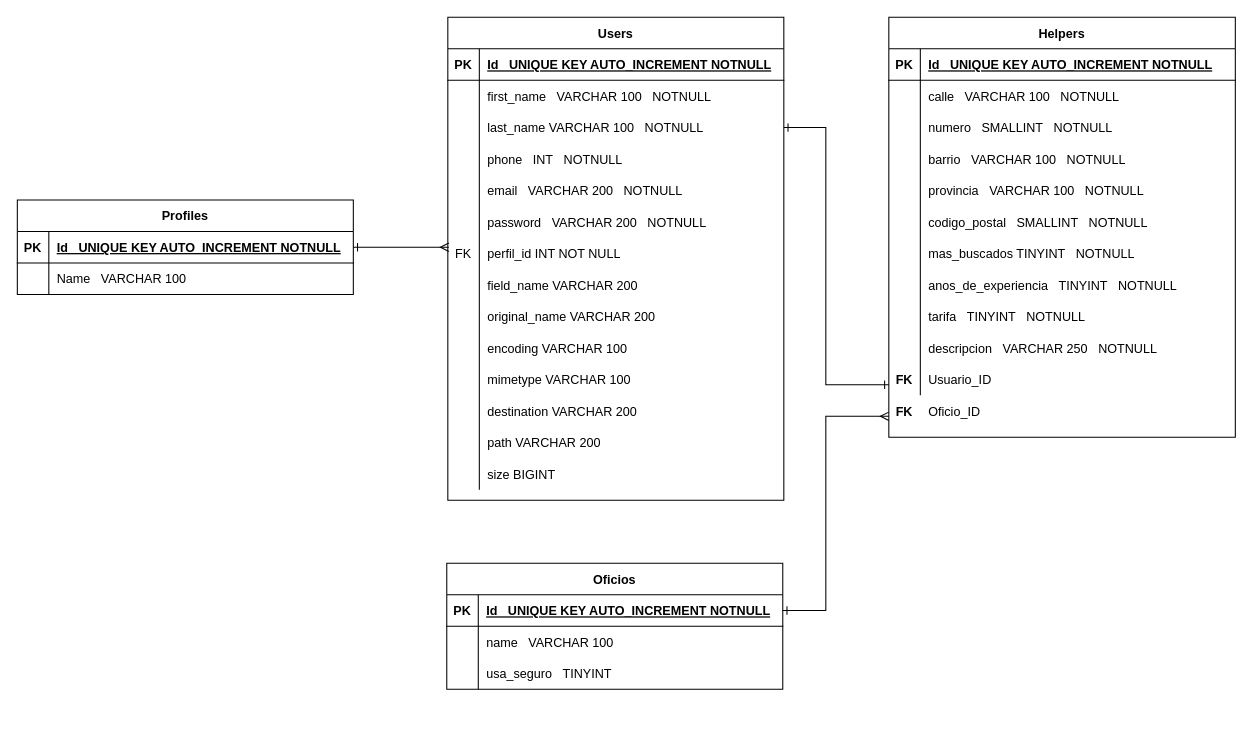
This is docs/diagrama-tablas.drawio from 0122CDFSNCN06LAED/grupo-06, a draw.io file, before an edit. Source tidied: cells renumbered, new cells numbered last; positions are measured from the earlier drawing's top-left corner, leaving out a move shared by most shapes. Both pictures are drawn from the tidied source at 105%, with x=0, y=0 at pixel (17, 17).
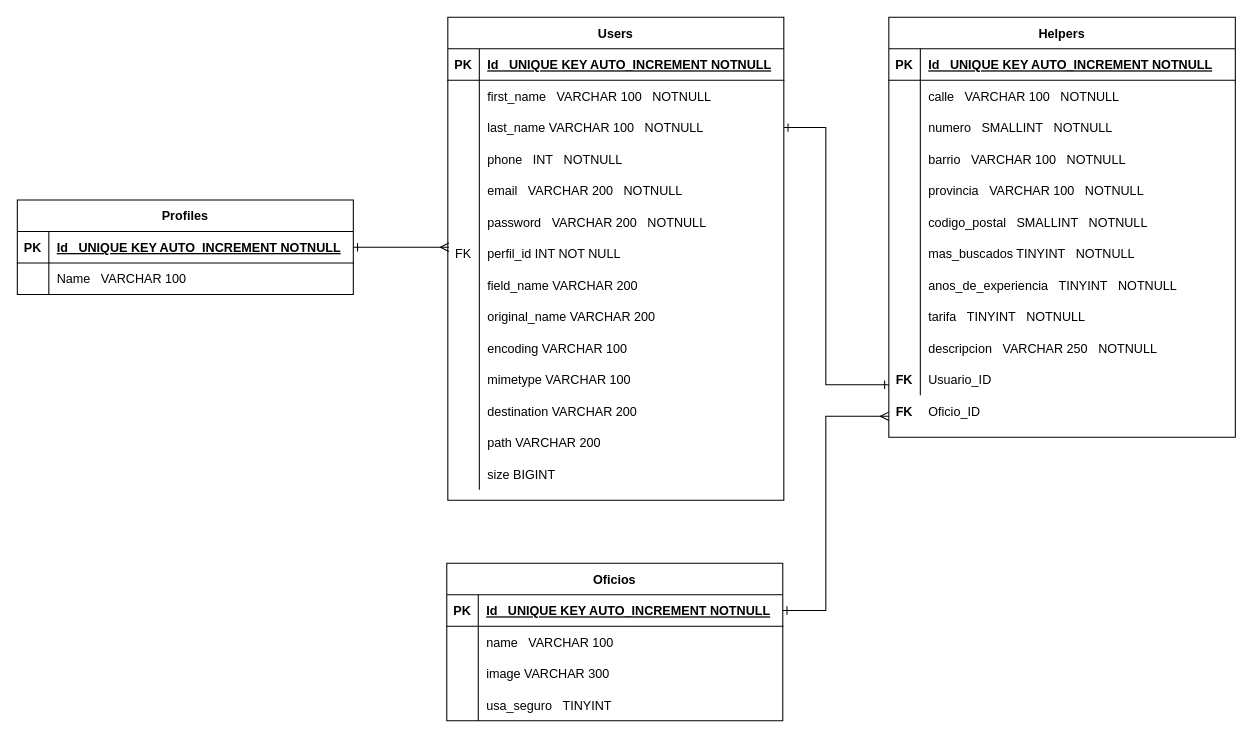
The same page after the edit.

Commit message (it also covers changes not shown here):
ajuste script estructura

What changed in the source:
```diff
@@
     <mxCell id="79" value="Oficios" style="shape=table;startSize=30;childLayout=tableLayout;rowLines=0;fontStyle=1;align=center;" parent="1" vertex="1">
-      <mxGeometry x="409" y="520" width="320" height="120" as="geometry" />
+      <mxGeometry x="409" y="520" width="320" height="150" as="geometry" />
     </mxCell>
@@
+    <mxCell id="102" style="shape=tableRow;horizontal=0;startSize=0;swimlaneHead=0;swimlaneBody=0;fillColor=none;top=0;left=0;right=0;bottom=0;" parent="79" vertex="1">
+      <mxGeometry y="90" width="320" height="30" as="geometry" />
+    </mxCell>
+    <mxCell id="103" style="shape=partialRectangle;fillColor=none;top=0;left=0;bottom=0;right=0;overflow=hidden;" parent="102" vertex="1">
+      <mxGeometry width="30" height="30" as="geometry" />
+    </mxCell>
+    <mxCell id="104" value="image VARCHAR 300" style="shape=partialRectangle;fillColor=none;top=0;left=0;bottom=0;right=0;align=left;spacingLeft=6;overflow=hidden;" parent="102" vertex="1">
+      <mxGeometry x="30" width="290" height="30" as="geometry" />
+    </mxCell>
     <mxCell id="86" style="shape=tableRow;horizontal=0;startSize=0;swimlaneHead=0;swimlaneBody=0;fillColor=none;top=0;left=0;right=0;bottom=0;" parent="79" vertex="1">
-      <mxGeometry y="90" width="320" height="30" as="geometry" />
+      <mxGeometry y="120" width="320" height="30" as="geometry" />
     </mxCell>
```
